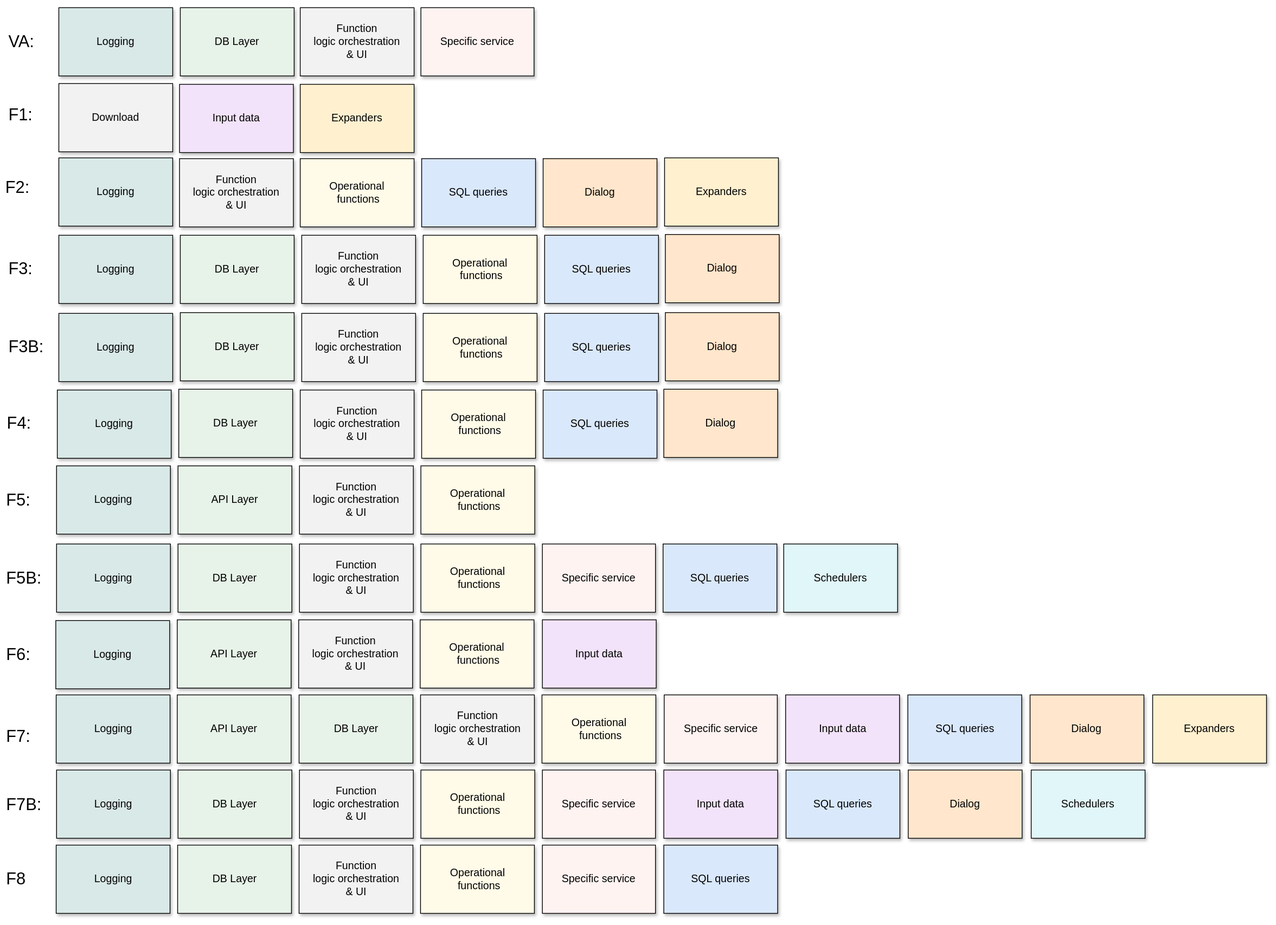
Earlier version of the draw.io export Pictures/Architecture/Functions_building_blocks_v2.svg (netj22693/backup-app-jn). Source tidied: cells renumbered, new cells last; positions are measured from the earlier drawing's top-left corner, leaving out a move shared by most shapes.
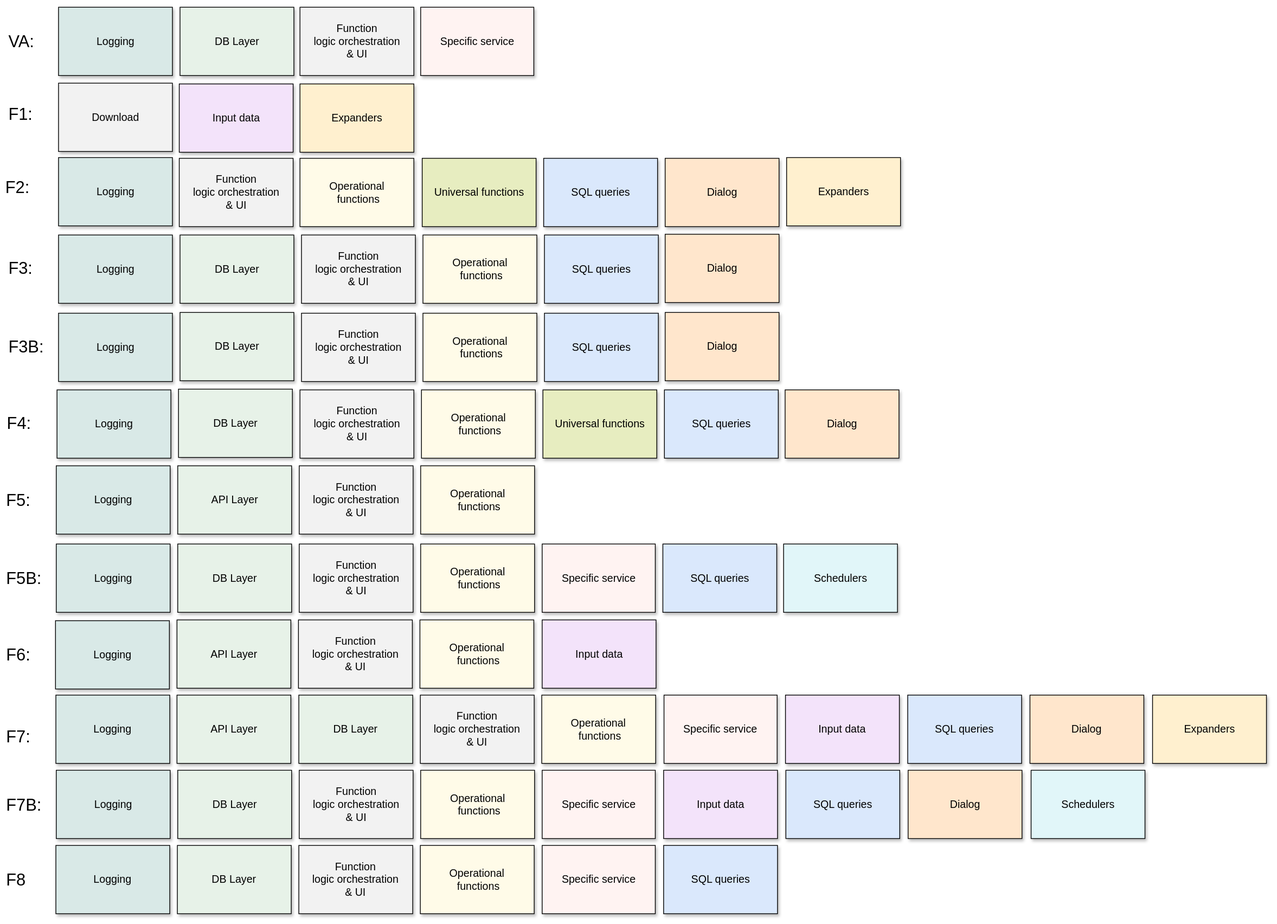
Above is the later version.

Commit message:
15-Sep-2026 -v70.0.6 - XML agains XSD validation moved to Universal .py

Diff of the diagram source:
```diff
@@ -144,7 +144,7 @@
       <mxGeometry x="72" y="198" width="150" height="90" as="geometry" />
     </mxCell>
     <mxCell id="49" value="SQL queries" style="rounded=0;whiteSpace=wrap;html=1;strokeColor=default;fillColor=#dae8fc;fontSize=14;shadow=1;" parent="1" vertex="1">
-      <mxGeometry x="550" y="199" width="150" height="90" as="geometry" />
+      <mxGeometry x="711" y="199" width="150" height="90" as="geometry" />
     </mxCell>
     <mxCell id="50" value="Function&lt;div&gt;logic orchestration&lt;/div&gt;&lt;div&gt;&amp;amp; UI&lt;/div&gt;" style="rounded=0;whiteSpace=wrap;html=1;strokeColor=default;fillColor=#F2F2F2;fontSize=14;verticalAlign=middle;align=center;shadow=1;" parent="1" vertex="1">
       <mxGeometry x="231" y="199" width="150" height="90" as="geometry" />
@@ -156,7 +156,7 @@
       <mxGeometry x="231" y="101" width="150" height="90" as="geometry" />
     </mxCell>
     <mxCell id="53" value="Dialog" style="rounded=0;whiteSpace=wrap;html=1;strokeColor=default;fillColor=#ffe6cc;fontSize=14;shadow=1;" parent="1" vertex="1">
-      <mxGeometry x="710" y="199" width="150" height="90" as="geometry" />
+      <mxGeometry x="871" y="199" width="150" height="90" as="geometry" />
     </mxCell>
     <mxCell id="54" value="Dialog" style="rounded=0;whiteSpace=wrap;html=1;strokeColor=default;fillColor=#ffe6cc;fontSize=14;shadow=1;" parent="1" vertex="1">
       <mxGeometry x="871" y="299" width="150" height="90" as="geometry" />
@@ -213,7 +213,7 @@
       <mxGeometry x="70" y="504" width="150" height="90" as="geometry" />
     </mxCell>
     <mxCell id="72" value="SQL queries" style="rounded=0;whiteSpace=wrap;html=1;strokeColor=default;fillColor=#dae8fc;fontSize=14;shadow=1;" parent="1" vertex="1">
-      <mxGeometry x="710" y="504" width="150" height="90" as="geometry" />
+      <mxGeometry x="870" y="504" width="150" height="90" as="geometry" />
     </mxCell>
     <mxCell id="73" value="Function&lt;div&gt;logic orchestration&lt;/div&gt;&lt;div&gt;&amp;amp; UI&lt;/div&gt;" style="rounded=0;whiteSpace=wrap;html=1;strokeColor=default;fillColor=#F2F2F2;fontSize=14;verticalAlign=middle;align=center;shadow=1;" parent="1" vertex="1">
       <mxGeometry x="390" y="504" width="150" height="90" as="geometry" />
@@ -225,7 +225,7 @@
       <mxGeometry x="2" y="534" width="60" height="30" as="geometry" />
     </mxCell>
     <mxCell id="76" value="Dialog" style="rounded=0;whiteSpace=wrap;html=1;strokeColor=default;fillColor=#ffe6cc;fontSize=14;shadow=1;" parent="1" vertex="1">
-      <mxGeometry x="869" y="503" width="150" height="90" as="geometry" />
+      <mxGeometry x="1029" y="504" width="150" height="90" as="geometry" />
     </mxCell>
     <mxCell id="77" value="DB Layer" style="rounded=0;whiteSpace=wrap;html=1;strokeColor=default;fillColor=#E7F2E8;fontSize=14;shadow=1;" parent="1" vertex="1">
       <mxGeometry x="232" width="150" height="90" as="geometry" />
@@ -243,7 +243,7 @@
       <mxGeometry x="4" y="31" width="60" height="30" as="geometry" />
     </mxCell>
     <mxCell id="82" value="Expanders" style="rounded=0;whiteSpace=wrap;html=1;strokeColor=default;fillColor=#FFF0CF;fontSize=14;shadow=1;" parent="1" vertex="1">
-      <mxGeometry x="870" y="198" width="150" height="90" as="geometry" />
+      <mxGeometry x="1031" y="198" width="150" height="90" as="geometry" />
     </mxCell>
     <mxCell id="83" value="API Layer" style="rounded=0;whiteSpace=wrap;html=1;strokeColor=default;fillColor=#E7F2E8;fontSize=14;shadow=1;" parent="1" vertex="1">
       <mxGeometry x="228" y="906" width="150" height="90" as="geometry" />
@@ -254,5 +254,11 @@
     <mxCell id="85" value="Expanders" style="rounded=0;whiteSpace=wrap;html=1;strokeColor=default;fillColor=#FFF0CF;fontSize=14;shadow=1;" parent="1" vertex="1">
       <mxGeometry x="390" y="101" width="150" height="90" as="geometry" />
     </mxCell>
+    <mxCell id="86" value="Universal functions" style="rounded=0;whiteSpace=wrap;html=1;strokeColor=default;fillColor=#E7EDC0;fontSize=14;shadow=1;" parent="1" vertex="1">
+      <mxGeometry x="551" y="199" width="150" height="90" as="geometry" />
+    </mxCell>
+    <mxCell id="87" value="Universal functions" style="rounded=0;whiteSpace=wrap;html=1;strokeColor=default;fillColor=#E7EDC0;fontSize=14;shadow=1;" parent="1" vertex="1">
+      <mxGeometry x="710" y="504" width="150" height="90" as="geometry" />
+    </mxCell>
   </root>
 </mxGraphModel>
```
